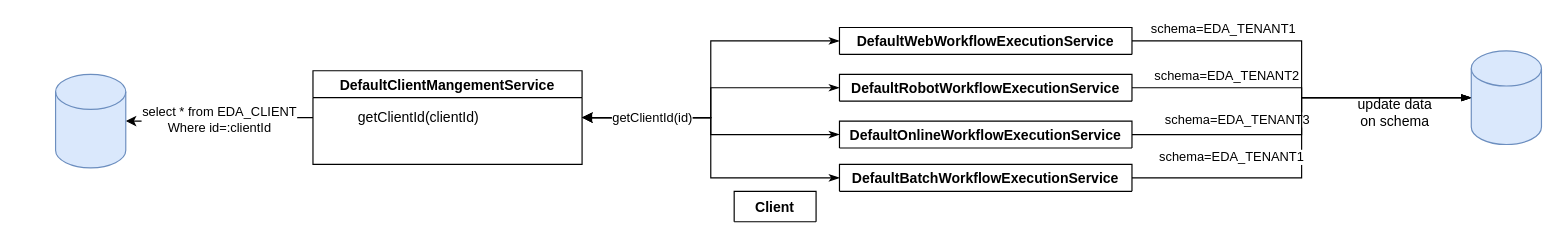
Earlier version of the draw.io diagram BPS-Client-ID-Usage.drawio (cjjian/Diagram). Source tidied: cells renumbered, new cells numbered last; positions are measured from the earlier drawing's top-left corner, leaving out a move shared by most shapes. Both pictures are drawn from the tidied source at 117%, with x=0, y=0 at pixel (55, 27).
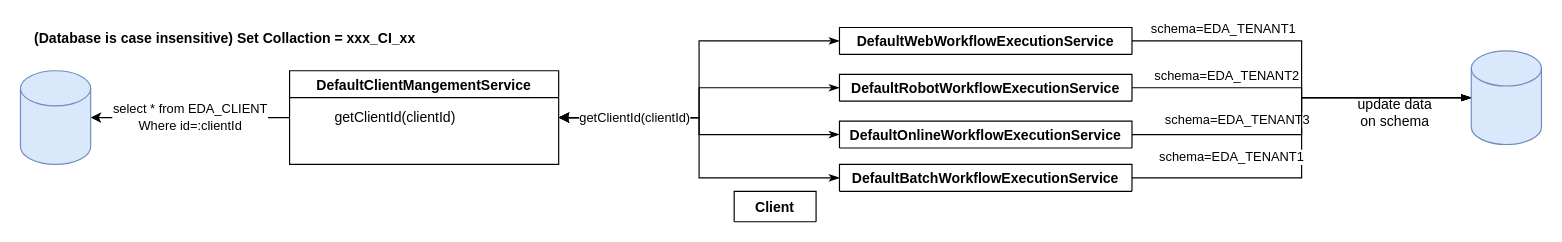
Above is the later version.

The change refers to these unchanged cells:
```xml
<mxCell id="16" value="DefaultBatchWorkflowExecutionService" style="swimlane;" parent="1" vertex="1" collapsed="1">
  <mxGeometry x="670" y="117" width="250" height="23" as="geometry" />
</mxCell>
```

Diff of the diagram source:
```diff
@@
     <mxCell id="3" value="DefaultClientMangementService" style="swimlane;" parent="1" vertex="1">
-      <mxGeometry x="220" y="37" width="230" height="80" as="geometry" />
+      <mxGeometry x="200" y="37" width="230" height="80" as="geometry" />
     </mxCell>
@@
-    <mxCell id="14" value="getClientId(id)" style="edgeStyle=orthogonalEdgeStyle;rounded=0;jettySize=auto;html=1;entryX=1;entryY=0.5;entryDx=0;entryDy=0;startArrow=classicThin;startFill=1;" parent="1" edge="1" source="16" target="3">
+    <mxCell id="14" value="getClientId(clientId)" style="edgeStyle=orthogonalEdgeStyle;rounded=0;jettySize=auto;html=1;entryX=1;entryY=0.5;entryDx=0;entryDy=0;startArrow=classicThin;startFill=1;" parent="1" edge="1" source="16" target="3">
       <mxGeometry x="0.56" relative="1" as="geometry" />
     </mxCell>
@@
     <mxCell id="17" style="shape=cylinder3;whiteSpace=wrap;html=1;boundedLbl=1;backgroundOutline=1;size=15;align=left;fillColor=#dae8fc;strokeColor=#6c8ebf;" parent="1" vertex="1">
-      <mxGeometry y="40" width="60" height="80" as="geometry" />
+      <mxGeometry x="-30" y="37" width="60" height="80" as="geometry" />
     </mxCell>
@@
+    <mxCell id="21" value="(Database is case insensitive) Set Collaction = xxx_CI_xx" style="text;html=1;strokeColor=none;fillColor=none;align=center;verticalAlign=middle;whiteSpace=wrap;rounded=0;fontStyle=1;" parent="1" vertex="1">
+      <mxGeometry x="-30" width="350" height="20" as="geometry" />
+    </mxCell>
```
